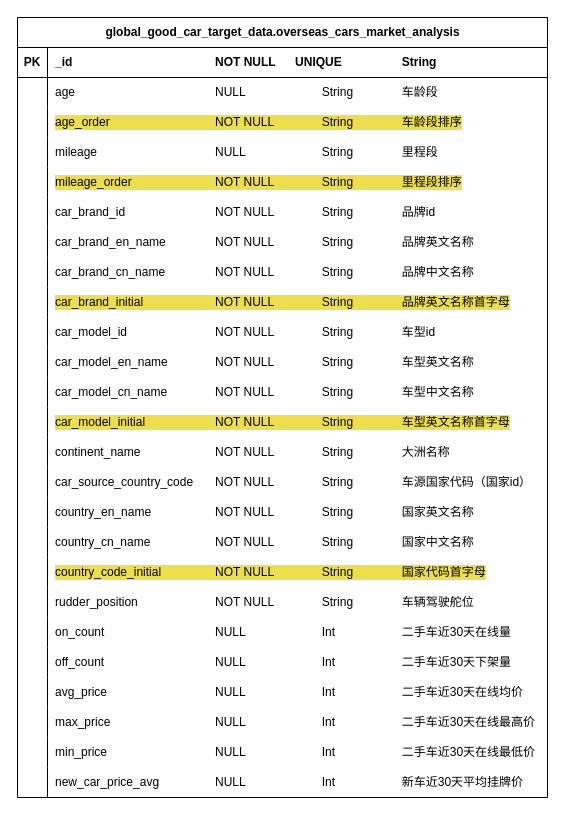
This is 广东好车.drawio from wangzijia122/drawio_repository, a draw.io file, before an edit. Source tidied: cells renumbered, new cells numbered last; positions are measured from the earlier drawing's top-left corner, leaving out a move shared by most shapes. Both pictures are drawn from the tidied source at 100%, with x=0, y=0 at pixel (17, 17).
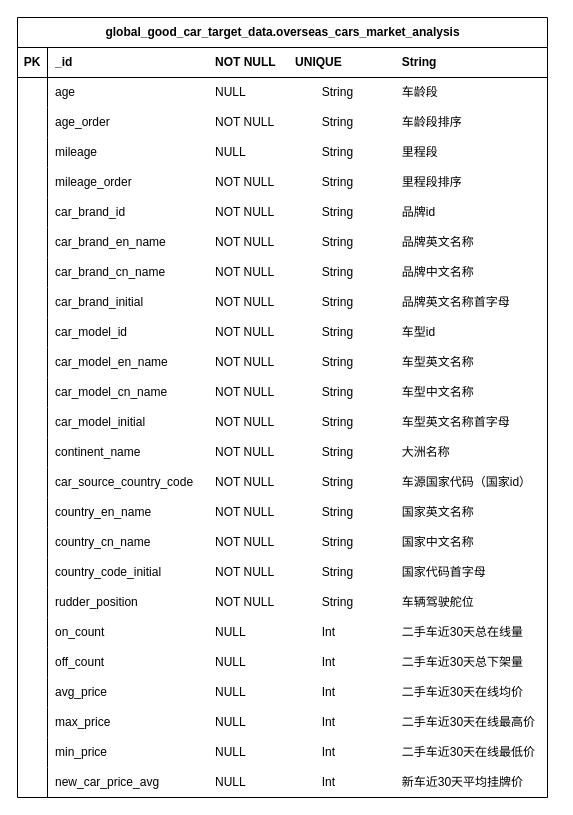
The same page after the edit.

Commit message:
更新广东好车.drawio

The change refers to these unchanged cells:
```xml
<mxCell id="9" style="shape=tableRow;horizontal=0;startSize=0;swimlaneHead=0;swimlaneBody=0;fillColor=none;top=0;left=0;right=0;bottom=0;" parent="2" vertex="1">
  <mxGeometry y="90" width="530" height="30" as="geometry" />
</mxCell>
<mxCell id="15" style="shape=tableRow;horizontal=0;startSize=0;swimlaneHead=0;swimlaneBody=0;fillColor=none;top=0;left=0;right=0;bottom=0;" parent="2" vertex="1">
  <mxGeometry y="150" width="530" height="30" as="geometry" />
</mxCell>
<mxCell id="27" style="shape=tableRow;horizontal=0;startSize=0;swimlaneHead=0;swimlaneBody=0;fillColor=none;top=0;left=0;right=0;bottom=0;" parent="2" vertex="1">
  <mxGeometry y="270" width="530" height="30" as="geometry" />
</mxCell>
<mxCell id="39" style="shape=tableRow;horizontal=0;startSize=0;swimlaneHead=0;swimlaneBody=0;fillColor=none;top=0;left=0;right=0;bottom=0;" parent="2" vertex="1">
  <mxGeometry y="390" width="530" height="30" as="geometry" />
</mxCell>
<mxCell id="54" style="shape=tableRow;horizontal=0;startSize=0;swimlaneHead=0;swimlaneBody=0;fillColor=none;top=0;left=0;right=0;bottom=0;" parent="2" vertex="1">
  <mxGeometry y="540" width="530" height="30" as="geometry" />
</mxCell>
<mxCell id="60" style="shape=tableRow;horizontal=0;startSize=0;swimlaneHead=0;swimlaneBody=0;fillColor=none;top=0;left=0;right=0;bottom=0;" parent="2" vertex="1">
  <mxGeometry y="600" width="530" height="30" as="geometry" />
</mxCell>
<mxCell id="63" style="shape=tableRow;horizontal=0;startSize=0;swimlaneHead=0;swimlaneBody=0;fillColor=none;top=0;left=0;right=0;bottom=0;" parent="2" vertex="1">
  <mxGeometry y="630" width="530" height="30" as="geometry" />
</mxCell>
```

Diff of the diagram source:
```diff
@@
-    <mxCell id="11" value="age_order&lt;span style=&quot;white-space: pre;&quot;&gt;&#9;&lt;/span&gt;&lt;span style=&quot;white-space: pre;&quot;&gt;&#9;&lt;span style=&quot;white-space: pre;&quot;&gt;&#9;&lt;/span&gt;&lt;span style=&quot;white-space: pre;&quot;&gt;&#9;&lt;/span&gt;&lt;/span&gt;NOT NULL&lt;span style=&quot;white-space: pre;&quot;&gt;&#9;&lt;span style=&quot;white-space: pre;&quot;&gt;&#9;&lt;/span&gt;&lt;/span&gt;String&lt;span style=&quot;white-space: pre;&quot;&gt;&#9;&lt;/span&gt;&lt;span style=&quot;white-space: pre;&quot;&gt;&#9;&lt;/span&gt;车龄段排序" style="shape=partialRectangle;fillColor=none;top=0;left=0;bottom=0;right=0;align=left;spacingLeft=6;overflow=hidden;whiteSpace=wrap;html=1;labelBackgroundColor=#ecdf4b;" parent="9" vertex="1">
+    <mxCell id="11" value="age_order&lt;span style=&quot;white-space: pre;&quot;&gt;&#9;&lt;/span&gt;&lt;span style=&quot;white-space: pre;&quot;&gt;&#9;&lt;span style=&quot;white-space: pre;&quot;&gt;&#9;&lt;/span&gt;&lt;span style=&quot;white-space: pre;&quot;&gt;&#9;&lt;/span&gt;&lt;/span&gt;NOT NULL&lt;span style=&quot;white-space: pre;&quot;&gt;&#9;&lt;span style=&quot;white-space: pre;&quot;&gt;&#9;&lt;/span&gt;&lt;/span&gt;String&lt;span style=&quot;white-space: pre;&quot;&gt;&#9;&lt;/span&gt;&lt;span style=&quot;white-space: pre;&quot;&gt;&#9;&lt;/span&gt;车龄段排序" style="shape=partialRectangle;fillColor=none;top=0;left=0;bottom=0;right=0;align=left;spacingLeft=6;overflow=hidden;whiteSpace=wrap;html=1;labelBackgroundColor=none;" parent="9" vertex="1">
       <mxGeometry x="30" width="500" height="30" as="geometry" />
     </mxCell>
@@
-    <mxCell id="17" value="mileage_order&lt;span style=&quot;white-space: pre;&quot;&gt;&#9;&lt;/span&gt;&lt;span style=&quot;white-space: pre;&quot;&gt;&#9;&lt;span style=&quot;white-space: pre;&quot;&gt;&#9;&lt;/span&gt;&lt;span style=&quot;white-space: pre;&quot;&gt;&#9;&lt;/span&gt;&lt;/span&gt;NOT NULL&amp;nbsp;&lt;span style=&quot;white-space: pre;&quot;&gt;&#9;&lt;span style=&quot;white-space: pre;&quot;&gt;&#9;&lt;/span&gt;&lt;/span&gt;String&lt;span style=&quot;white-space: pre;&quot;&gt;&#9;&lt;/span&gt;&lt;span style=&quot;white-space: pre;&quot;&gt;&#9;&lt;/span&gt;里程段排序" style="shape=partialRectangle;fillColor=none;top=0;left=0;bottom=0;right=0;align=left;spacingLeft=6;overflow=hidden;whiteSpace=wrap;html=1;labelBackgroundColor=#ecdf4b;" parent="15" vertex="1">
+    <mxCell id="17" value="mileage_order&lt;span style=&quot;white-space: pre;&quot;&gt;&#9;&lt;/span&gt;&lt;span style=&quot;white-space: pre;&quot;&gt;&#9;&lt;span style=&quot;white-space: pre;&quot;&gt;&#9;&lt;/span&gt;&lt;span style=&quot;white-space: pre;&quot;&gt;&#9;&lt;/span&gt;&lt;/span&gt;NOT NULL&amp;nbsp;&lt;span style=&quot;white-space: pre;&quot;&gt;&#9;&lt;span style=&quot;white-space: pre;&quot;&gt;&#9;&lt;/span&gt;&lt;/span&gt;String&lt;span style=&quot;white-space: pre;&quot;&gt;&#9;&lt;/span&gt;&lt;span style=&quot;white-space: pre;&quot;&gt;&#9;&lt;/span&gt;里程段排序" style="shape=partialRectangle;fillColor=none;top=0;left=0;bottom=0;right=0;align=left;spacingLeft=6;overflow=hidden;whiteSpace=wrap;html=1;labelBackgroundColor=none;" parent="15" vertex="1">
       <mxGeometry x="30" width="500" height="30" as="geometry" />
     </mxCell>
@@
-    <mxCell id="29" value="car_brand_initial&lt;span style=&quot;white-space: pre;&quot;&gt;&#9;&lt;/span&gt;&lt;span style=&quot;white-space: pre;&quot;&gt;&#9;&lt;/span&gt;&lt;span style=&quot;white-space: pre;&quot;&gt;&#9;&lt;/span&gt;NOT NULL&lt;span style=&quot;white-space: pre;&quot;&gt;&#9;&lt;/span&gt;&lt;span style=&quot;white-space: pre;&quot;&gt;&#9;&lt;/span&gt;String&lt;span style=&quot;white-space: pre;&quot;&gt;&#9;&lt;/span&gt;&lt;span style=&quot;white-space: pre;&quot;&gt;&#9;&lt;/span&gt;品牌英文名称首字母" style="shape=partialRectangle;fillColor=none;top=0;left=0;bottom=0;right=0;align=left;spacingLeft=6;overflow=hidden;whiteSpace=wrap;html=1;labelBackgroundColor=#ecdf4b;" parent="27" vertex="1">
+    <mxCell id="29" value="car_brand_initial&lt;span style=&quot;white-space: pre;&quot;&gt;&#9;&lt;/span&gt;&lt;span style=&quot;white-space: pre;&quot;&gt;&#9;&lt;/span&gt;&lt;span style=&quot;white-space: pre;&quot;&gt;&#9;&lt;/span&gt;NOT NULL&lt;span style=&quot;white-space: pre;&quot;&gt;&#9;&lt;/span&gt;&lt;span style=&quot;white-space: pre;&quot;&gt;&#9;&lt;/span&gt;String&lt;span style=&quot;white-space: pre;&quot;&gt;&#9;&lt;/span&gt;&lt;span style=&quot;white-space: pre;&quot;&gt;&#9;&lt;/span&gt;品牌英文名称首字母" style="shape=partialRectangle;fillColor=none;top=0;left=0;bottom=0;right=0;align=left;spacingLeft=6;overflow=hidden;whiteSpace=wrap;html=1;labelBackgroundColor=none;" parent="27" vertex="1">
       <mxGeometry x="30" width="500" height="30" as="geometry" />
     </mxCell>
@@
-    <mxCell id="41" value="car_model_initial&lt;span style=&quot;white-space: pre;&quot;&gt;&#9;&lt;/span&gt;&lt;span style=&quot;white-space: pre;&quot;&gt;&#9;&lt;/span&gt;&lt;span style=&quot;white-space: pre;&quot;&gt;&#9;&lt;/span&gt;NOT NULL&lt;span style=&quot;white-space: pre;&quot;&gt;&#9;&lt;/span&gt;&lt;span style=&quot;white-space: pre;&quot;&gt;&#9;&lt;/span&gt;String&lt;span style=&quot;white-space: pre;&quot;&gt;&#9;&lt;/span&gt;&lt;span style=&quot;white-space: pre;&quot;&gt;&#9;&lt;/span&gt;车型英文名称首字母" style="shape=partialRectangle;fillColor=none;top=0;left=0;bottom=0;right=0;align=left;spacingLeft=6;overflow=hidden;whiteSpace=wrap;html=1;labelBackgroundColor=#ecdf4b;" parent="39" vertex="1">
+    <mxCell id="41" value="car_model_initial&lt;span style=&quot;white-space: pre;&quot;&gt;&#9;&lt;/span&gt;&lt;span style=&quot;white-space: pre;&quot;&gt;&#9;&lt;/span&gt;&lt;span style=&quot;white-space: pre;&quot;&gt;&#9;&lt;/span&gt;NOT NULL&lt;span style=&quot;white-space: pre;&quot;&gt;&#9;&lt;/span&gt;&lt;span style=&quot;white-space: pre;&quot;&gt;&#9;&lt;/span&gt;String&lt;span style=&quot;white-space: pre;&quot;&gt;&#9;&lt;/span&gt;&lt;span style=&quot;white-space: pre;&quot;&gt;&#9;&lt;/span&gt;车型英文名称首字母" style="shape=partialRectangle;fillColor=none;top=0;left=0;bottom=0;right=0;align=left;spacingLeft=6;overflow=hidden;whiteSpace=wrap;html=1;labelBackgroundColor=none;" parent="39" vertex="1">
       <mxGeometry x="30" width="500" height="30" as="geometry" />
     </mxCell>
@@
-    <mxCell id="56" value="country_code_initial&lt;span style=&quot;white-space: pre;&quot;&gt;&#9;&lt;/span&gt;&lt;span style=&quot;white-space: pre;&quot;&gt;&#9;&lt;/span&gt;NOT NULL&lt;span style=&quot;white-space: pre;&quot;&gt;&#9;&lt;/span&gt;&lt;span style=&quot;white-space: pre;&quot;&gt;&#9;&lt;/span&gt;String&lt;span style=&quot;white-space: pre;&quot;&gt;&#9;&lt;/span&gt;&lt;span style=&quot;white-space: pre;&quot;&gt;&#9;&lt;/span&gt;国家代码首字母" style="shape=partialRectangle;fillColor=none;top=0;left=0;bottom=0;right=0;align=left;spacingLeft=6;overflow=hidden;whiteSpace=wrap;html=1;labelBackgroundColor=#ecdf4b;" parent="54" vertex="1">
+    <mxCell id="56" value="country_code_initial&lt;span style=&quot;white-space: pre;&quot;&gt;&#9;&lt;/span&gt;&lt;span style=&quot;white-space: pre;&quot;&gt;&#9;&lt;/span&gt;NOT NULL&lt;span style=&quot;white-space: pre;&quot;&gt;&#9;&lt;/span&gt;&lt;span style=&quot;white-space: pre;&quot;&gt;&#9;&lt;/span&gt;String&lt;span style=&quot;white-space: pre;&quot;&gt;&#9;&lt;/span&gt;&lt;span style=&quot;white-space: pre;&quot;&gt;&#9;&lt;/span&gt;国家代码首字母" style="shape=partialRectangle;fillColor=none;top=0;left=0;bottom=0;right=0;align=left;spacingLeft=6;overflow=hidden;whiteSpace=wrap;html=1;labelBackgroundColor=none;" parent="54" vertex="1">
       <mxGeometry x="30" width="500" height="30" as="geometry" />
     </mxCell>
@@
-    <mxCell id="62" value="on_count&lt;span style=&quot;white-space: pre;&quot;&gt;&#9;&lt;/span&gt;&lt;span style=&quot;white-space: pre;&quot;&gt;&#9;&lt;/span&gt;&lt;span style=&quot;white-space: pre;&quot;&gt;&#9;&lt;/span&gt;&lt;span style=&quot;white-space: pre;&quot;&gt;&#9;&lt;/span&gt;&lt;span style=&quot;white-space: pre;&quot;&gt;&#9;&lt;/span&gt;NULL&lt;span style=&quot;white-space: pre;&quot;&gt;&#9;&lt;/span&gt;&lt;span style=&quot;white-space: pre;&quot;&gt;&#9;&lt;/span&gt;&lt;span style=&quot;white-space: pre;&quot;&gt;&#9;&lt;/span&gt;Int&lt;span style=&quot;white-space: pre;&quot;&gt;&#9;&lt;/span&gt;&lt;span style=&quot;white-space: pre;&quot;&gt;&#9;&lt;/span&gt;&lt;span style=&quot;white-space: pre;&quot;&gt;&#9;&lt;/span&gt;二手车近30天在线量" style="shape=partialRectangle;fillColor=none;top=0;left=0;bottom=0;right=0;align=left;spacingLeft=6;overflow=hidden;whiteSpace=wrap;html=1;" parent="60" vertex="1">
+    <mxCell id="62" value="on_count&lt;span style=&quot;white-space: pre;&quot;&gt;&#9;&lt;/span&gt;&lt;span style=&quot;white-space: pre;&quot;&gt;&#9;&lt;/span&gt;&lt;span style=&quot;white-space: pre;&quot;&gt;&#9;&lt;/span&gt;&lt;span style=&quot;white-space: pre;&quot;&gt;&#9;&lt;/span&gt;&lt;span style=&quot;white-space: pre;&quot;&gt;&#9;&lt;/span&gt;NULL&lt;span style=&quot;white-space: pre;&quot;&gt;&#9;&lt;/span&gt;&lt;span style=&quot;white-space: pre;&quot;&gt;&#9;&lt;/span&gt;&lt;span style=&quot;white-space: pre;&quot;&gt;&#9;&lt;/span&gt;Int&lt;span style=&quot;white-space: pre;&quot;&gt;&#9;&lt;/span&gt;&lt;span style=&quot;white-space: pre;&quot;&gt;&#9;&lt;/span&gt;&lt;span style=&quot;white-space: pre;&quot;&gt;&#9;&lt;/span&gt;二手车近30天总在线量" style="shape=partialRectangle;fillColor=none;top=0;left=0;bottom=0;right=0;align=left;spacingLeft=6;overflow=hidden;whiteSpace=wrap;html=1;" parent="60" vertex="1">
       <mxGeometry x="30" width="500" height="30" as="geometry" />
     </mxCell>
@@
-    <mxCell id="65" value="off_count&lt;span style=&quot;white-space: pre;&quot;&gt;&#9;&lt;/span&gt;&lt;span style=&quot;white-space: pre;&quot;&gt;&#9;&lt;/span&gt;&lt;span style=&quot;white-space: pre;&quot;&gt;&#9;&lt;/span&gt;&lt;span style=&quot;white-space: pre;&quot;&gt;&#9;&lt;/span&gt;&lt;span style=&quot;white-space: pre;&quot;&gt;&#9;&lt;/span&gt;NULL&lt;span style=&quot;white-space: pre;&quot;&gt;&#9;&lt;/span&gt;&lt;span style=&quot;white-space: pre;&quot;&gt;&#9;&lt;/span&gt;&lt;span style=&quot;white-space: pre;&quot;&gt;&#9;&lt;/span&gt;Int&lt;span style=&quot;white-space: pre;&quot;&gt;&#9;&lt;/span&gt;&lt;span style=&quot;white-space: pre;&quot;&gt;&#9;&lt;/span&gt;&lt;span style=&quot;white-space: pre;&quot;&gt;&#9;&lt;/span&gt;二手车近30天下架量" style="shape=partialRectangle;fillColor=none;top=0;left=0;bottom=0;right=0;align=left;spacingLeft=6;overflow=hidden;whiteSpace=wrap;html=1;" parent="63" vertex="1">
+    <mxCell id="65" value="off_count&lt;span style=&quot;white-space: pre;&quot;&gt;&#9;&lt;/span&gt;&lt;span style=&quot;white-space: pre;&quot;&gt;&#9;&lt;/span&gt;&lt;span style=&quot;white-space: pre;&quot;&gt;&#9;&lt;/span&gt;&lt;span style=&quot;white-space: pre;&quot;&gt;&#9;&lt;/span&gt;&lt;span style=&quot;white-space: pre;&quot;&gt;&#9;&lt;/span&gt;NULL&lt;span style=&quot;white-space: pre;&quot;&gt;&#9;&lt;/span&gt;&lt;span style=&quot;white-space: pre;&quot;&gt;&#9;&lt;/span&gt;&lt;span style=&quot;white-space: pre;&quot;&gt;&#9;&lt;/span&gt;Int&lt;span style=&quot;white-space: pre;&quot;&gt;&#9;&lt;/span&gt;&lt;span style=&quot;white-space: pre;&quot;&gt;&#9;&lt;/span&gt;&lt;span style=&quot;white-space: pre;&quot;&gt;&#9;&lt;/span&gt;二手车近30天总下架量" style="shape=partialRectangle;fillColor=none;top=0;left=0;bottom=0;right=0;align=left;spacingLeft=6;overflow=hidden;whiteSpace=wrap;html=1;" parent="63" vertex="1">
       <mxGeometry x="30" width="500" height="30" as="geometry" />
     </mxCell>
```
